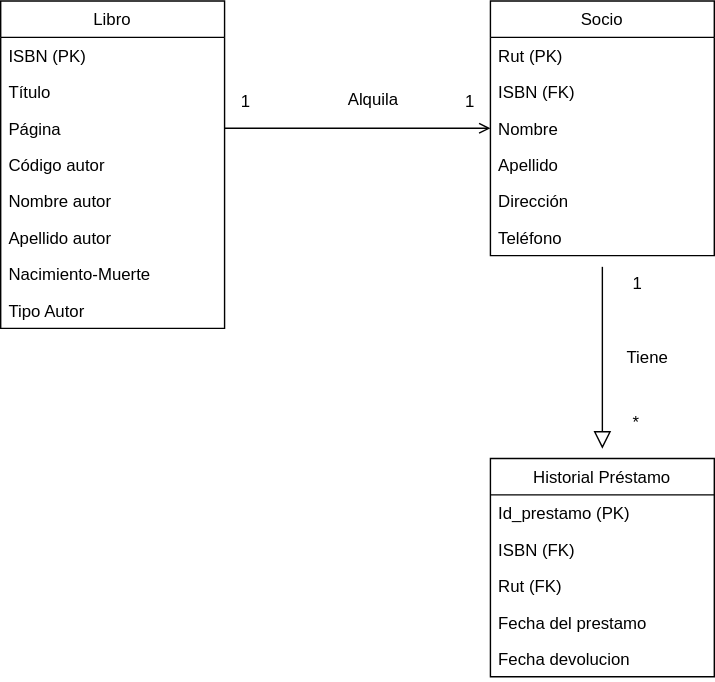
The draw.io diagram Modelo logico.drawio.svg in FranSantander/-Biblioteca, before a commit. Source tidied: cells renumbered, new cells last; positions are measured from the earlier drawing's top-left corner, leaving out a move shared by most shapes. Its diagram source:
```xml
<mxGraphModel>
  <root>
    <mxCell id="0" />
    <mxCell id="1" parent="0" />
    <mxCell id="2" value="Libro" style="swimlane;fontStyle=0;align=center;verticalAlign=top;horizontal=1;startSize=26;rounded=0;shadow=0;strokeWidth=1;" parent="1" vertex="1">
      <mxGeometry width="160" height="234" as="geometry" />
    </mxCell>
    <mxCell id="3" value="ISBN (PK)" style="text;align=left;verticalAlign=top;spacingLeft=4;spacingRight=4;overflow=hidden;" parent="2" vertex="1">
      <mxGeometry y="26" width="160" height="26" as="geometry" />
    </mxCell>
    <mxCell id="4" value="Título " style="text;align=left;verticalAlign=top;spacingLeft=4;spacingRight=4;overflow=hidden;rounded=0;shadow=0;html=0;" parent="2" vertex="1">
      <mxGeometry y="52" width="160" height="26" as="geometry" />
    </mxCell>
    <mxCell id="5" value="Página" style="text;align=left;verticalAlign=top;spacingLeft=4;spacingRight=4;overflow=hidden;rounded=0;shadow=0;html=0;" parent="2" vertex="1">
      <mxGeometry y="78" width="160" height="26" as="geometry" />
    </mxCell>
    <mxCell id="6" value="Código autor" style="text;align=left;verticalAlign=top;spacingLeft=4;spacingRight=4;overflow=hidden;" parent="2" vertex="1">
      <mxGeometry y="104" width="160" height="26" as="geometry" />
    </mxCell>
    <mxCell id="7" value="Nombre autor" style="text;align=left;verticalAlign=top;spacingLeft=4;spacingRight=4;overflow=hidden;" parent="2" vertex="1">
      <mxGeometry y="130" width="160" height="26" as="geometry" />
    </mxCell>
    <mxCell id="8" value="Apellido autor" style="text;align=left;verticalAlign=top;spacingLeft=4;spacingRight=4;overflow=hidden;" parent="2" vertex="1">
      <mxGeometry y="156" width="160" height="26" as="geometry" />
    </mxCell>
    <mxCell id="9" value="Nacimiento-Muerte" style="text;align=left;verticalAlign=top;spacingLeft=4;spacingRight=4;overflow=hidden;" parent="2" vertex="1">
      <mxGeometry y="182" width="160" height="26" as="geometry" />
    </mxCell>
    <mxCell id="10" value="Tipo Autor" style="text;align=left;verticalAlign=top;spacingLeft=4;spacingRight=4;overflow=hidden;" parent="2" vertex="1">
      <mxGeometry y="208" width="160" height="26" as="geometry" />
    </mxCell>
    <mxCell id="11" value="Historial Préstamo" style="swimlane;fontStyle=0;align=center;verticalAlign=top;horizontal=1;startSize=26;rounded=0;shadow=0;strokeWidth=1;" parent="1" vertex="1">
      <mxGeometry x="350" y="327" width="160" height="156" as="geometry" />
    </mxCell>
    <mxCell id="12" value="Id_prestamo (PK)" style="text;align=left;verticalAlign=top;spacingLeft=4;spacingRight=4;overflow=hidden;" parent="11" vertex="1">
      <mxGeometry y="26" width="160" height="26" as="geometry" />
    </mxCell>
    <mxCell id="13" value="ISBN (FK)" style="text;align=left;verticalAlign=top;spacingLeft=4;spacingRight=4;overflow=hidden;rounded=0;shadow=0;html=0;" parent="11" vertex="1">
      <mxGeometry y="52" width="160" height="26" as="geometry" />
    </mxCell>
    <mxCell id="14" value="Rut (FK)" style="text;align=left;verticalAlign=top;spacingLeft=4;spacingRight=4;overflow=hidden;rounded=0;shadow=0;html=0;" parent="11" vertex="1">
      <mxGeometry y="78" width="160" height="26" as="geometry" />
    </mxCell>
    <mxCell id="15" value="Fecha del prestamo" style="text;align=left;verticalAlign=top;spacingLeft=4;spacingRight=4;overflow=hidden;fontStyle=0;" parent="11" vertex="1">
      <mxGeometry y="104" width="160" height="26" as="geometry" />
    </mxCell>
    <mxCell id="16" value="Fecha devolucion" style="text;align=left;verticalAlign=top;spacingLeft=4;spacingRight=4;overflow=hidden;points=[[0,0.5],[1,0.5]];portConstraint=eastwest;" parent="11" vertex="1">
      <mxGeometry y="130" width="160" height="26" as="geometry" />
    </mxCell>
    <mxCell id="17" value="Socio" style="swimlane;fontStyle=0;align=center;verticalAlign=top;horizontal=1;startSize=26;rounded=0;shadow=0;strokeWidth=1;" parent="1" vertex="1">
      <mxGeometry x="350" width="160" height="182" as="geometry" />
    </mxCell>
    <mxCell id="18" value="Rut (PK)" style="text;align=left;verticalAlign=top;spacingLeft=4;spacingRight=4;overflow=hidden;" parent="17" vertex="1">
      <mxGeometry y="26" width="160" height="26" as="geometry" />
    </mxCell>
    <mxCell id="19" value="ISBN (FK)" style="text;align=left;verticalAlign=top;spacingLeft=4;spacingRight=4;overflow=hidden;rounded=0;shadow=0;html=0;" parent="17" vertex="1">
      <mxGeometry y="52" width="160" height="26" as="geometry" />
    </mxCell>
    <mxCell id="20" value="Nombre" style="text;align=left;verticalAlign=top;spacingLeft=4;spacingRight=4;overflow=hidden;rounded=0;shadow=0;html=0;" parent="17" vertex="1">
      <mxGeometry y="78" width="160" height="26" as="geometry" />
    </mxCell>
    <mxCell id="21" value="Apellido" style="text;align=left;verticalAlign=top;spacingLeft=4;spacingRight=4;overflow=hidden;rounded=0;shadow=0;html=0;" parent="17" vertex="1">
      <mxGeometry y="104" width="160" height="26" as="geometry" />
    </mxCell>
    <mxCell id="22" value="Dirección" style="text;align=left;verticalAlign=top;spacingLeft=4;spacingRight=4;overflow=hidden;rounded=0;shadow=0;html=0;" parent="17" vertex="1">
      <mxGeometry y="130" width="160" height="26" as="geometry" />
    </mxCell>
    <mxCell id="23" value="Teléfono" style="text;align=left;verticalAlign=top;spacingLeft=4;spacingRight=4;overflow=hidden;rounded=0;shadow=0;html=0;" parent="17" vertex="1">
      <mxGeometry y="156" width="160" height="26" as="geometry" />
    </mxCell>
    <mxCell id="24" style="endArrow=block;endSize=10;endFill=0;shadow=0;strokeWidth=1;rounded=0;edgeStyle=elbowEdgeStyle;elbow=vertical;" parent="17" edge="1">
      <mxGeometry relative="1" as="geometry">
        <mxPoint x="80" y="190" as="sourcePoint" />
        <mxPoint x="80" y="320" as="targetPoint" />
        <Array as="points">
          <mxPoint x="100" y="200" />
          <mxPoint x="100" y="220" />
        </Array>
      </mxGeometry>
    </mxCell>
    <mxCell id="25" style="endArrow=open;shadow=0;strokeWidth=1;rounded=0;endFill=1;edgeStyle=elbowEdgeStyle;elbow=vertical;" parent="1" edge="1" source="2" target="17">
      <mxGeometry x="0.5" y="41" relative="1" as="geometry">
        <mxPoint x="-40" y="32" as="offset" />
      </mxGeometry>
    </mxCell>
    <mxCell id="26" value="1" style="align=left;verticalAlign=bottom;labelBackgroundColor=none;fontSize=12;" parent="25" vertex="1">
      <mxGeometry x="-1" relative="1" as="geometry">
        <mxPoint x="10" y="-11" as="offset" />
      </mxGeometry>
    </mxCell>
    <mxCell id="27" value="1" style="align=right;verticalAlign=bottom;labelBackgroundColor=none;fontSize=12;" parent="25" vertex="1">
      <mxGeometry x="1" relative="1" as="geometry">
        <mxPoint x="-10" y="-11" as="offset" />
      </mxGeometry>
    </mxCell>
    <mxCell id="28" value="Alquila" style="text;html=1;align=center;verticalAlign=middle;labelBackgroundColor=none;rounded=0;shadow=0;strokeWidth=1;fontSize=12;" parent="25" vertex="1">
      <mxGeometry x="0.5" y="49" relative="1" as="geometry">
        <mxPoint x="-38" y="28" as="offset" />
      </mxGeometry>
    </mxCell>
    <mxCell id="29" value="Tiene" style="text;html=1;align=center;verticalAlign=middle;labelBackgroundColor=none;rounded=0;shadow=0;strokeWidth=1;fontSize=12;" parent="1" vertex="1">
      <mxGeometry x="290" y="100" as="geometry">
        <mxPoint x="171" y="154" as="offset" />
      </mxGeometry>
    </mxCell>
    <mxCell id="30" value="1" style="align=left;verticalAlign=bottom;labelBackgroundColor=none;fontSize=12;" parent="1" vertex="1">
      <mxGeometry x="450" y="210" as="geometry" />
    </mxCell>
    <mxCell id="31" value="*" style="align=left;verticalAlign=bottom;labelBackgroundColor=none;fontSize=12;" parent="1" vertex="1">
      <mxGeometry x="450" y="310" as="geometry" />
    </mxCell>
  </root>
</mxGraphModel>
```
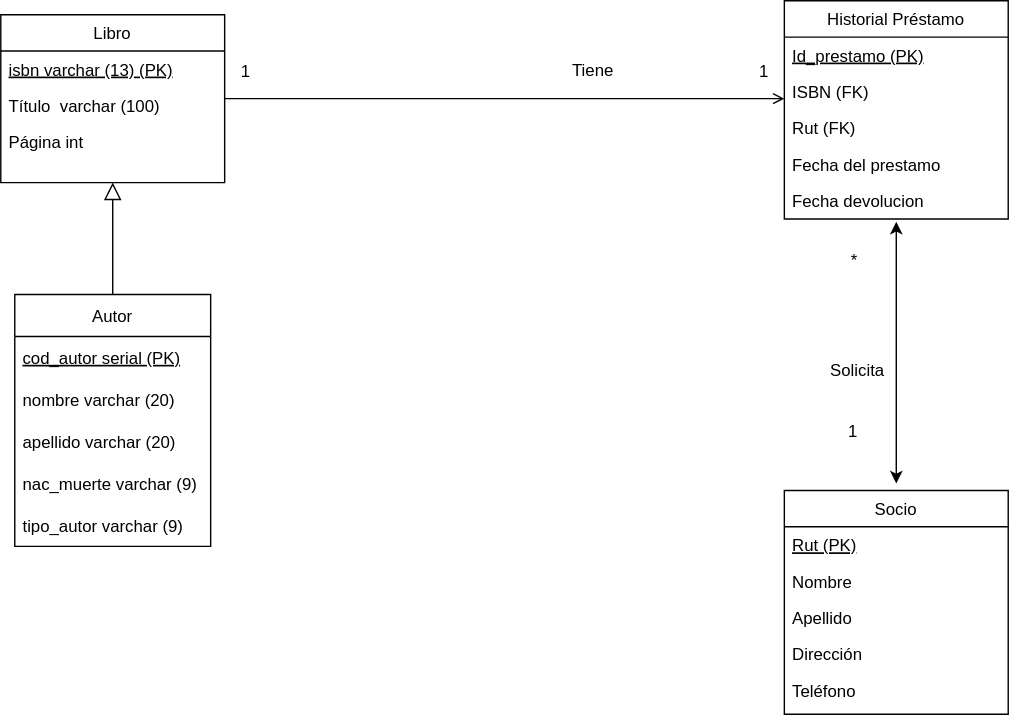
Later version of the same file.

The edit, as a diff of the source:
```diff
@@ -3,36 +3,21 @@
     <mxCell id="0" />
     <mxCell id="1" parent="0" />
     <mxCell id="2" value="Libro" style="swimlane;fontStyle=0;align=center;verticalAlign=top;horizontal=1;startSize=26;rounded=0;shadow=0;strokeWidth=1;" parent="1" vertex="1">
-      <mxGeometry width="160" height="234" as="geometry" />
+      <mxGeometry width="160" height="120" as="geometry" />
     </mxCell>
-    <mxCell id="3" value="ISBN (PK)" style="text;align=left;verticalAlign=top;spacingLeft=4;spacingRight=4;overflow=hidden;" parent="2" vertex="1">
+    <mxCell id="3" value="isbn varchar (13) (PK)" style="text;align=left;verticalAlign=top;spacingLeft=4;spacingRight=4;overflow=hidden;fontStyle=4;" parent="2" vertex="1">
       <mxGeometry y="26" width="160" height="26" as="geometry" />
     </mxCell>
-    <mxCell id="4" value="Título " style="text;align=left;verticalAlign=top;spacingLeft=4;spacingRight=4;overflow=hidden;rounded=0;shadow=0;html=0;" parent="2" vertex="1">
+    <mxCell id="4" value="Título  varchar (100)" style="text;align=left;verticalAlign=top;spacingLeft=4;spacingRight=4;overflow=hidden;rounded=0;shadow=0;html=0;" parent="2" vertex="1">
       <mxGeometry y="52" width="160" height="26" as="geometry" />
     </mxCell>
-    <mxCell id="5" value="Página" style="text;align=left;verticalAlign=top;spacingLeft=4;spacingRight=4;overflow=hidden;rounded=0;shadow=0;html=0;" parent="2" vertex="1">
+    <mxCell id="5" value="Página int" style="text;align=left;verticalAlign=top;spacingLeft=4;spacingRight=4;overflow=hidden;rounded=0;shadow=0;html=0;" parent="2" vertex="1">
       <mxGeometry y="78" width="160" height="26" as="geometry" />
     </mxCell>
-    <mxCell id="6" value="Código autor" style="text;align=left;verticalAlign=top;spacingLeft=4;spacingRight=4;overflow=hidden;" parent="2" vertex="1">
-      <mxGeometry y="104" width="160" height="26" as="geometry" />
-    </mxCell>
-    <mxCell id="7" value="Nombre autor" style="text;align=left;verticalAlign=top;spacingLeft=4;spacingRight=4;overflow=hidden;" parent="2" vertex="1">
-      <mxGeometry y="130" width="160" height="26" as="geometry" />
-    </mxCell>
-    <mxCell id="8" value="Apellido autor" style="text;align=left;verticalAlign=top;spacingLeft=4;spacingRight=4;overflow=hidden;" parent="2" vertex="1">
-      <mxGeometry y="156" width="160" height="26" as="geometry" />
-    </mxCell>
-    <mxCell id="9" value="Nacimiento-Muerte" style="text;align=left;verticalAlign=top;spacingLeft=4;spacingRight=4;overflow=hidden;" parent="2" vertex="1">
-      <mxGeometry y="182" width="160" height="26" as="geometry" />
-    </mxCell>
-    <mxCell id="10" value="Tipo Autor" style="text;align=left;verticalAlign=top;spacingLeft=4;spacingRight=4;overflow=hidden;" parent="2" vertex="1">
-      <mxGeometry y="208" width="160" height="26" as="geometry" />
-    </mxCell>
     <mxCell id="11" value="Historial Préstamo" style="swimlane;fontStyle=0;align=center;verticalAlign=top;horizontal=1;startSize=26;rounded=0;shadow=0;strokeWidth=1;" parent="1" vertex="1">
-      <mxGeometry x="350" y="327" width="160" height="156" as="geometry" />
+      <mxGeometry x="560" y="-10" width="160" height="156" as="geometry" />
     </mxCell>
-    <mxCell id="12" value="Id_prestamo (PK)" style="text;align=left;verticalAlign=top;spacingLeft=4;spacingRight=4;overflow=hidden;" parent="11" vertex="1">
+    <mxCell id="12" value="Id_prestamo (PK)" style="text;align=left;verticalAlign=top;spacingLeft=4;spacingRight=4;overflow=hidden;fontStyle=4;" parent="11" vertex="1">
       <mxGeometry y="26" width="160" height="26" as="geometry" />
     </mxCell>
     <mxCell id="13" value="ISBN (FK)" style="text;align=left;verticalAlign=top;spacingLeft=4;spacingRight=4;overflow=hidden;rounded=0;shadow=0;html=0;" parent="11" vertex="1">
@@ -47,39 +32,9 @@
     <mxCell id="16" value="Fecha devolucion" style="text;align=left;verticalAlign=top;spacingLeft=4;spacingRight=4;overflow=hidden;points=[[0,0.5],[1,0.5]];portConstraint=eastwest;" parent="11" vertex="1">
       <mxGeometry y="130" width="160" height="26" as="geometry" />
     </mxCell>
-    <mxCell id="17" value="Socio" style="swimlane;fontStyle=0;align=center;verticalAlign=top;horizontal=1;startSize=26;rounded=0;shadow=0;strokeWidth=1;" parent="1" vertex="1">
-      <mxGeometry x="350" width="160" height="182" as="geometry" />
-    </mxCell>
-    <mxCell id="18" value="Rut (PK)" style="text;align=left;verticalAlign=top;spacingLeft=4;spacingRight=4;overflow=hidden;" parent="17" vertex="1">
-      <mxGeometry y="26" width="160" height="26" as="geometry" />
-    </mxCell>
-    <mxCell id="19" value="ISBN (FK)" style="text;align=left;verticalAlign=top;spacingLeft=4;spacingRight=4;overflow=hidden;rounded=0;shadow=0;html=0;" parent="17" vertex="1">
-      <mxGeometry y="52" width="160" height="26" as="geometry" />
-    </mxCell>
-    <mxCell id="20" value="Nombre" style="text;align=left;verticalAlign=top;spacingLeft=4;spacingRight=4;overflow=hidden;rounded=0;shadow=0;html=0;" parent="17" vertex="1">
-      <mxGeometry y="78" width="160" height="26" as="geometry" />
-    </mxCell>
-    <mxCell id="21" value="Apellido" style="text;align=left;verticalAlign=top;spacingLeft=4;spacingRight=4;overflow=hidden;rounded=0;shadow=0;html=0;" parent="17" vertex="1">
-      <mxGeometry y="104" width="160" height="26" as="geometry" />
-    </mxCell>
-    <mxCell id="22" value="Dirección" style="text;align=left;verticalAlign=top;spacingLeft=4;spacingRight=4;overflow=hidden;rounded=0;shadow=0;html=0;" parent="17" vertex="1">
-      <mxGeometry y="130" width="160" height="26" as="geometry" />
-    </mxCell>
-    <mxCell id="23" value="Teléfono" style="text;align=left;verticalAlign=top;spacingLeft=4;spacingRight=4;overflow=hidden;rounded=0;shadow=0;html=0;" parent="17" vertex="1">
-      <mxGeometry y="156" width="160" height="26" as="geometry" />
-    </mxCell>
-    <mxCell id="24" style="endArrow=block;endSize=10;endFill=0;shadow=0;strokeWidth=1;rounded=0;edgeStyle=elbowEdgeStyle;elbow=vertical;" parent="17" edge="1">
-      <mxGeometry relative="1" as="geometry">
-        <mxPoint x="80" y="190" as="sourcePoint" />
-        <mxPoint x="80" y="320" as="targetPoint" />
-        <Array as="points">
-          <mxPoint x="100" y="200" />
-          <mxPoint x="100" y="220" />
-        </Array>
-      </mxGeometry>
-    </mxCell>
-    <mxCell id="25" style="endArrow=open;shadow=0;strokeWidth=1;rounded=0;endFill=1;edgeStyle=elbowEdgeStyle;elbow=vertical;" parent="1" edge="1" source="2" target="17">
+    <mxCell id="25" style="endArrow=open;shadow=0;strokeWidth=1;rounded=0;endFill=1;edgeStyle=elbowEdgeStyle;elbow=vertical;" parent="1" edge="1" source="2">
       <mxGeometry x="0.5" y="41" relative="1" as="geometry">
+        <mxPoint x="560" y="60" as="targetPoint" />
         <mxPoint x="-40" y="32" as="offset" />
       </mxGeometry>
     </mxCell>
@@ -93,21 +48,74 @@
         <mxPoint x="-10" y="-11" as="offset" />
       </mxGeometry>
     </mxCell>
-    <mxCell id="28" value="Alquila" style="text;html=1;align=center;verticalAlign=middle;labelBackgroundColor=none;rounded=0;shadow=0;strokeWidth=1;fontSize=12;" parent="25" vertex="1">
+    <mxCell id="28" value="Tiene" style="text;html=1;align=center;verticalAlign=middle;labelBackgroundColor=none;rounded=0;shadow=0;strokeWidth=1;fontSize=12;" parent="25" vertex="1">
       <mxGeometry x="0.5" y="49" relative="1" as="geometry">
         <mxPoint x="-38" y="28" as="offset" />
       </mxGeometry>
     </mxCell>
-    <mxCell id="29" value="Tiene" style="text;html=1;align=center;verticalAlign=middle;labelBackgroundColor=none;rounded=0;shadow=0;strokeWidth=1;fontSize=12;" parent="1" vertex="1">
-      <mxGeometry x="290" y="100" as="geometry">
+    <mxCell id="29" value="Solicita" style="text;html=1;align=center;verticalAlign=middle;labelBackgroundColor=none;rounded=0;shadow=0;strokeWidth=1;fontSize=12;" parent="1" vertex="1">
+      <mxGeometry x="440" y="100" as="geometry">
         <mxPoint x="171" y="154" as="offset" />
       </mxGeometry>
     </mxCell>
     <mxCell id="30" value="1" style="align=left;verticalAlign=bottom;labelBackgroundColor=none;fontSize=12;" parent="1" vertex="1">
-      <mxGeometry x="450" y="210" as="geometry" />
+      <mxGeometry x="610" y="310" as="geometry">
+        <mxPoint x="-6" y="-4" as="offset" />
+      </mxGeometry>
     </mxCell>
     <mxCell id="31" value="*" style="align=left;verticalAlign=bottom;labelBackgroundColor=none;fontSize=12;" parent="1" vertex="1">
-      <mxGeometry x="450" y="310" as="geometry" />
+      <mxGeometry x="440" y="180" as="geometry">
+        <mxPoint x="166" y="4" as="offset" />
+      </mxGeometry>
     </mxCell>
+    <mxCell id="32" value="Autor" style="swimlane;fontStyle=0;horizontal=1;startSize=30;" parent="1" vertex="1">
+      <mxGeometry x="10" y="200" width="140" height="180" as="geometry" />
+    </mxCell>
+    <mxCell id="33" value="cod_autor serial (PK)" style="text;strokeColor=none;fillColor=none;align=left;verticalAlign=middle;spacingLeft=4;spacingRight=4;overflow=hidden;fontStyle=4;" parent="32" vertex="1">
+      <mxGeometry y="30" width="140" height="30" as="geometry" />
+    </mxCell>
+    <mxCell id="34" value="nombre varchar (20)" style="text;strokeColor=none;fillColor=none;align=left;verticalAlign=middle;spacingLeft=4;spacingRight=4;overflow=hidden;" parent="32" vertex="1">
+      <mxGeometry y="60" width="140" height="30" as="geometry" />
+    </mxCell>
+    <mxCell id="35" value="apellido varchar (20)" style="text;strokeColor=none;fillColor=none;align=left;verticalAlign=middle;spacingLeft=4;spacingRight=4;overflow=hidden;" parent="32" vertex="1">
+      <mxGeometry y="90" width="140" height="30" as="geometry" />
+    </mxCell>
+    <mxCell id="36" value="nac_muerte varchar (9)" style="text;strokeColor=none;fillColor=none;align=left;verticalAlign=middle;spacingLeft=4;spacingRight=4;overflow=hidden;" parent="32" vertex="1">
+      <mxGeometry y="120" width="140" height="30" as="geometry" />
+    </mxCell>
+    <mxCell id="37" value="tipo_autor varchar (9)" style="text;strokeColor=none;fillColor=none;align=left;verticalAlign=middle;spacingLeft=4;spacingRight=4;overflow=hidden;" parent="32" vertex="1">
+      <mxGeometry y="150" width="140" height="30" as="geometry" />
+    </mxCell>
+    <mxCell id="24" style="endArrow=block;endSize=10;endFill=0;shadow=0;strokeWidth=1;rounded=0;edgeStyle=elbowEdgeStyle;elbow=vertical;exitX=0.5;exitY=0;exitDx=0;exitDy=0;" parent="1" edge="1" source="32">
+      <mxGeometry relative="1" as="geometry">
+        <mxPoint x="80" y="120" as="targetPoint" />
+        <Array as="points">
+          <mxPoint x="80" y="160" />
+        </Array>
+      </mxGeometry>
+    </mxCell>
+    <mxCell id="17" value="Socio" style="swimlane;fontStyle=0;align=center;verticalAlign=top;horizontal=1;startSize=26;rounded=0;shadow=0;strokeWidth=1;" parent="1" vertex="1">
+      <mxGeometry x="560" y="340" width="160" height="160" as="geometry" />
+    </mxCell>
+    <mxCell id="18" value="Rut (PK)" style="text;align=left;verticalAlign=top;spacingLeft=4;spacingRight=4;overflow=hidden;fontStyle=4;" parent="17" vertex="1">
+      <mxGeometry y="26" width="160" height="26" as="geometry" />
+    </mxCell>
+    <mxCell id="20" value="Nombre" style="text;align=left;verticalAlign=top;spacingLeft=4;spacingRight=4;overflow=hidden;rounded=0;shadow=0;html=0;" parent="17" vertex="1">
+      <mxGeometry y="52" width="160" height="26" as="geometry" />
+    </mxCell>
+    <mxCell id="21" value="Apellido" style="text;align=left;verticalAlign=top;spacingLeft=4;spacingRight=4;overflow=hidden;rounded=0;shadow=0;html=0;" parent="17" vertex="1">
+      <mxGeometry y="78" width="160" height="26" as="geometry" />
+    </mxCell>
+    <mxCell id="22" value="Dirección" style="text;align=left;verticalAlign=top;spacingLeft=4;spacingRight=4;overflow=hidden;rounded=0;shadow=0;html=0;" parent="17" vertex="1">
+      <mxGeometry y="104" width="160" height="26" as="geometry" />
+    </mxCell>
+    <mxCell id="23" value="Teléfono" style="text;align=left;verticalAlign=top;spacingLeft=4;spacingRight=4;overflow=hidden;rounded=0;shadow=0;html=0;" parent="17" vertex="1">
+      <mxGeometry y="130" width="160" height="26" as="geometry" />
+    </mxCell>
+    <mxCell id="38" style="endArrow=classic;startArrow=classic;html=1;rounded=0;entryX=0.5;entryY=1.077;entryDx=0;entryDy=0;entryPerimeter=0;" parent="1" edge="1" target="16">
+      <mxGeometry relative="1" as="geometry">
+        <mxPoint x="640" y="335" as="sourcePoint" />
+      </mxGeometry>
+    </mxCell>
   </root>
 </mxGraphModel>
```
